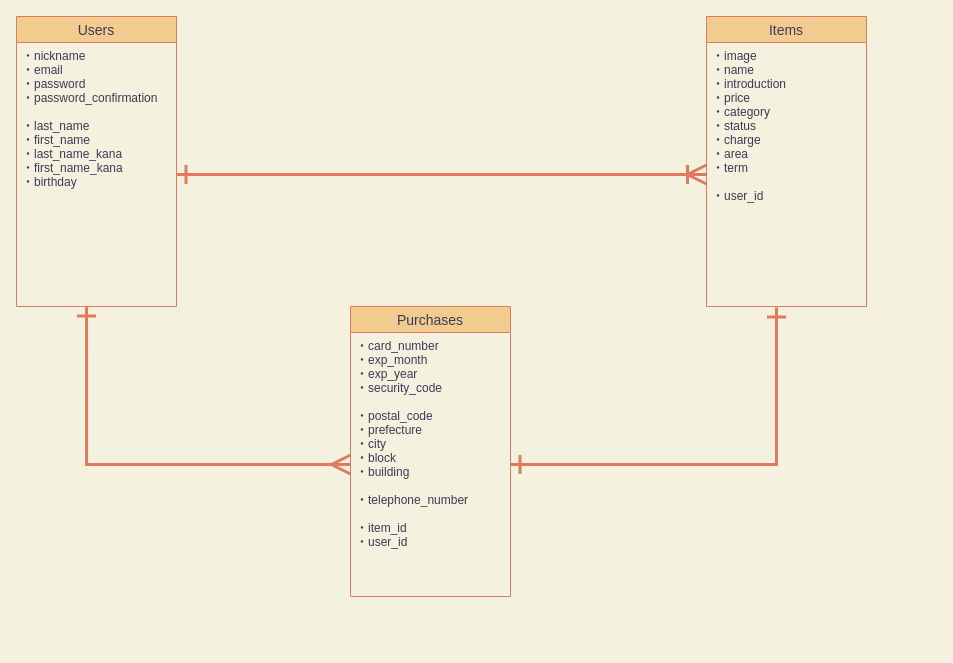
Earlier version of the draw.io diagram er_diagram/furima(En).dio (Sakao3/furima-32541). Source tidied: cells renumbered, new cells numbered last; positions are measured from the earlier drawing's top-left corner, leaving out a move shared by most shapes. Both pictures are drawn from the tidied source at 100%, with x=0, y=0 at pixel (16, 16).
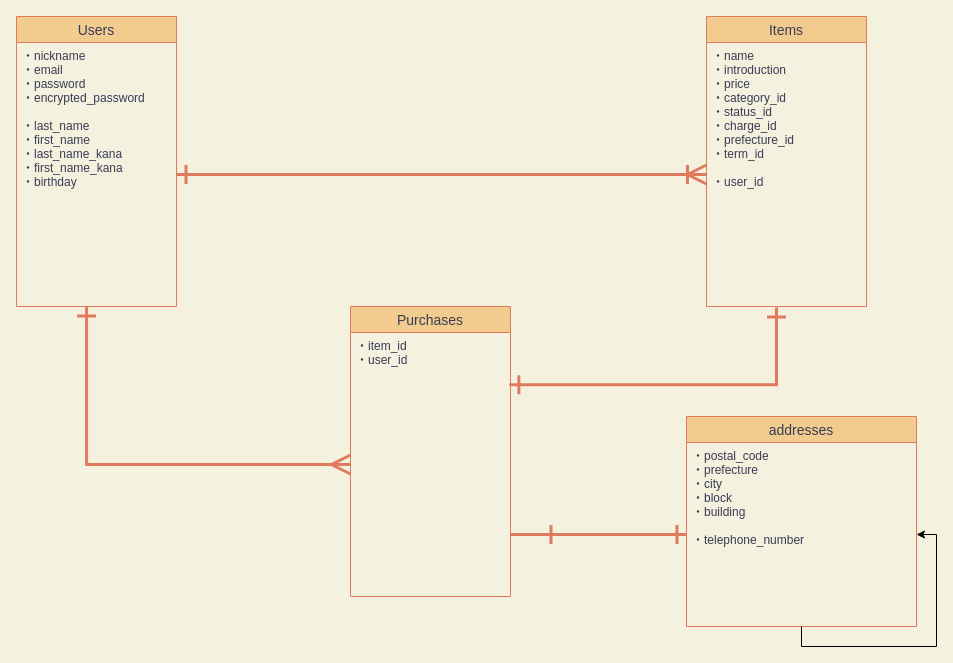
The same diagram, later.

Commit message (it also covers changes not shown here):
DB設計ER図　修正済

What changed in the source:
```diff
@@
 <mxGraphModel background="#F4F1DE">
   <root>
     <mxCell id="0" />
     <mxCell id="1" parent="0" />
     <mxCell id="2" value="Users" style="swimlane;fontStyle=0;horizontal=1;startSize=26;align=center;fontSize=14;fillColor=#F2CC8F;strokeColor=#E07A5F;fontColor=#393C56;" parent="1" vertex="1">
       <mxGeometry width="160" height="290" as="geometry" />
     </mxCell>
-    <mxCell id="3" value="・nickname&#10;・email&#10;・password&#10;・password_confirmation&#10;&#10;・last_name&#10;・first_name&#10;・last_name_kana&#10;・first_name_kana&#10;・birthday" style="text;strokeColor=none;fillColor=none;spacingLeft=4;spacingRight=4;overflow=hidden;points=[[0,0.5],[1,0.5]];portConstraint=eastwest;fontSize=12;fontColor=#393C56;" parent="2" vertex="1">
+    <mxCell id="3" value="・nickname&#10;・email&#10;・password&#10;・encrypted_password&#10;&#10;・last_name&#10;・first_name&#10;・last_name_kana&#10;・first_name_kana&#10;・birthday" style="text;strokeColor=none;fillColor=none;spacingLeft=4;spacingRight=4;overflow=hidden;points=[[0,0.5],[1,0.5]];portConstraint=eastwest;fontSize=12;fontColor=#393C56;" parent="2" vertex="1">
       <mxGeometry y="26" width="160" height="264" as="geometry" />
     </mxCell>
     <mxCell id="4" value="Items" style="swimlane;fontStyle=0;horizontal=1;startSize=26;align=center;fontSize=14;fillColor=#F2CC8F;strokeColor=#E07A5F;fontColor=#393C56;" parent="1" vertex="1">
       <mxGeometry x="690" width="160" height="290" as="geometry" />
     </mxCell>
-    <mxCell id="5" value="・image&#10;・name&#10;・introduction&#10;・price&#10;・category&#10;・status&#10;・charge&#10;・area&#10;・term&#10;&#10;・user_id&#10;" style="text;strokeColor=none;fillColor=none;spacingLeft=4;spacingRight=4;overflow=hidden;points=[[0,0.5],[1,0.5]];portConstraint=eastwest;fontSize=12;fontColor=#393C56;" parent="4" vertex="1">
+    <mxCell id="5" value="・name&#10;・introduction&#10;・price&#10;・category_id&#10;・status_id&#10;・charge_id&#10;・prefecture_id&#10;・term_id&#10;&#10;・user_id&#10;" style="text;strokeColor=none;fillColor=none;spacingLeft=4;spacingRight=4;overflow=hidden;points=[[0,0.5],[1,0.5]];portConstraint=eastwest;fontSize=12;fontColor=#393C56;" parent="4" vertex="1">
       <mxGeometry y="26" width="160" height="264" as="geometry" />
     </mxCell>
     <mxCell id="6" value="Purchases" style="swimlane;fontStyle=0;horizontal=1;startSize=26;align=center;fontSize=14;fillColor=#F2CC8F;strokeColor=#E07A5F;fontColor=#393C56;" parent="1" vertex="1">
       <mxGeometry x="334" y="290" width="160" height="290" as="geometry" />
     </mxCell>
-    <mxCell id="7" value="・card_number&#10;・exp_month&#10;・exp_year&#10;・security_code&#10;&#10;・postal_code&#10;・prefecture&#10;・city&#10;・block&#10;・building&#10;&#10;・telephone_number&#10;&#10;・item_id&#10;・user_id" style="text;strokeColor=none;fillColor=none;spacingLeft=4;spacingRight=4;overflow=hidden;points=[[0,0.5],[1,0.5]];portConstraint=eastwest;fontSize=12;fontColor=#393C56;" parent="6" vertex="1">
+    <mxCell id="7" value="・item_id&#10;・user_id" style="text;strokeColor=none;fillColor=none;spacingLeft=4;spacingRight=4;overflow=hidden;points=[[0,0.5],[1,0.5]];portConstraint=eastwest;fontSize=12;fontColor=#393C56;" parent="6" vertex="1">
       <mxGeometry y="26" width="160" height="264" as="geometry" />
     </mxCell>
     <mxCell id="8" style="edgeStyle=orthogonalEdgeStyle;rounded=0;jumpSize=10;jettySize=auto;html=1;entryX=0;entryY=0.5;entryDx=0;entryDy=0;startArrow=ERone;startFill=0;startSize=15;sourcePerimeterSpacing=10;endArrow=ERoneToMany;endFill=0;strokeColor=#E07A5F;strokeWidth=3;exitX=1;exitY=0.5;exitDx=0;exitDy=0;endSize=15;targetPerimeterSpacing=10;labelBackgroundColor=#F4F1DE;fontColor=#393C56;" parent="1" edge="1" source="3" target="5">
       <mxGeometry relative="1" as="geometry" />
     </mxCell>
-    <mxCell id="9" style="edgeStyle=orthogonalEdgeStyle;rounded=0;jumpSize=10;jettySize=auto;html=1;startArrow=ERone;startFill=0;startSize=15;sourcePerimeterSpacing=10;endArrow=ERone;endFill=0;strokeColor=#E07A5F;strokeWidth=3;endSize=15;targetPerimeterSpacing=10;exitX=1;exitY=0.5;exitDx=0;exitDy=0;labelBackgroundColor=#F4F1DE;fontColor=#393C56;" parent="1" edge="1" source="7">
-      <mxGeometry relative="1" as="geometry">
-        <mxPoint x="760" y="291" as="targetPoint" />
-        <Array as="points">
-          <mxPoint x="760" y="448" />
-          <mxPoint x="760" y="291" />
-        </Array>
-      </mxGeometry>
-    </mxCell>
     <mxCell id="10" style="edgeStyle=orthogonalEdgeStyle;rounded=0;jumpSize=10;jettySize=auto;html=1;exitX=0;exitY=0.5;exitDx=0;exitDy=0;entryX=0.438;entryY=1;entryDx=0;entryDy=0;entryPerimeter=0;startArrow=ERmany;startFill=0;startSize=15;sourcePerimeterSpacing=10;endArrow=ERone;endFill=0;endSize=15;targetPerimeterSpacing=10;strokeColor=#E07A5F;strokeWidth=3;labelBackgroundColor=#F4F1DE;fontColor=#393C56;" parent="1" edge="1" source="7" target="3">
       <mxGeometry relative="1" as="geometry" />
     </mxCell>
+    <mxCell id="11" value="addresses" style="swimlane;fontStyle=0;horizontal=1;startSize=26;align=center;fontSize=14;fillColor=#F2CC8F;strokeColor=#E07A5F;fontColor=#393C56;" parent="1" vertex="1">
+      <mxGeometry x="670" y="400" width="230" height="210" as="geometry" />
+    </mxCell>
+    <mxCell id="12" value="・postal_code&#10;・prefecture&#10;・city&#10;・block&#10;・building&#10;&#10;・telephone_number&#10;" style="text;strokeColor=none;fillColor=none;spacingLeft=4;spacingRight=4;overflow=hidden;points=[[0,0.5],[1,0.5]];portConstraint=eastwest;fontSize=12;fontColor=#393C56;" parent="11" vertex="1">
+      <mxGeometry y="26" width="230" height="184" as="geometry" />
+    </mxCell>
+    <mxCell id="13" style="edgeStyle=orthogonalEdgeStyle;rounded=0;jettySize=auto;html=1;" parent="11" edge="1" source="11" target="12">
+      <mxGeometry relative="1" as="geometry" />
+    </mxCell>
+    <mxCell id="14" style="edgeStyle=orthogonalEdgeStyle;rounded=0;jumpSize=10;jettySize=auto;html=1;startArrow=ERone;startFill=0;startSize=15;sourcePerimeterSpacing=10;endArrow=ERone;endFill=0;strokeColor=#E07A5F;strokeWidth=3;endSize=15;targetPerimeterSpacing=10;labelBackgroundColor=#F4F1DE;fontColor=#393C56;exitX=0.993;exitY=0.198;exitDx=0;exitDy=0;exitPerimeter=0;" parent="1" edge="1" source="7">
+      <mxGeometry relative="1" as="geometry">
+        <mxPoint x="760" y="291" as="targetPoint" />
+        <Array as="points">
+          <mxPoint x="760" y="368" />
+        </Array>
+      </mxGeometry>
+    </mxCell>
+    <mxCell id="15" style="edgeStyle=orthogonalEdgeStyle;rounded=0;jumpSize=10;orthogonalLoop=1;jettySize=auto;html=1;startArrow=ERone;startFill=0;startSize=15;sourcePerimeterSpacing=10;endArrow=ERone;endFill=0;strokeColor=#E07A5F;strokeWidth=3;endSize=15;targetPerimeterSpacing=10;labelBackgroundColor=#F4F1DE;fontColor=#393C56;" parent="1" edge="1">
+      <mxGeometry relative="1" as="geometry">
+        <mxPoint x="544" y="518" as="sourcePoint" />
+        <mxPoint x="670" y="518" as="targetPoint" />
+        <Array as="points">
+          <mxPoint x="494" y="518" />
+          <mxPoint x="494" y="518" />
+        </Array>
+      </mxGeometry>
+    </mxCell>
   </root>
 </mxGraphModel>
```
